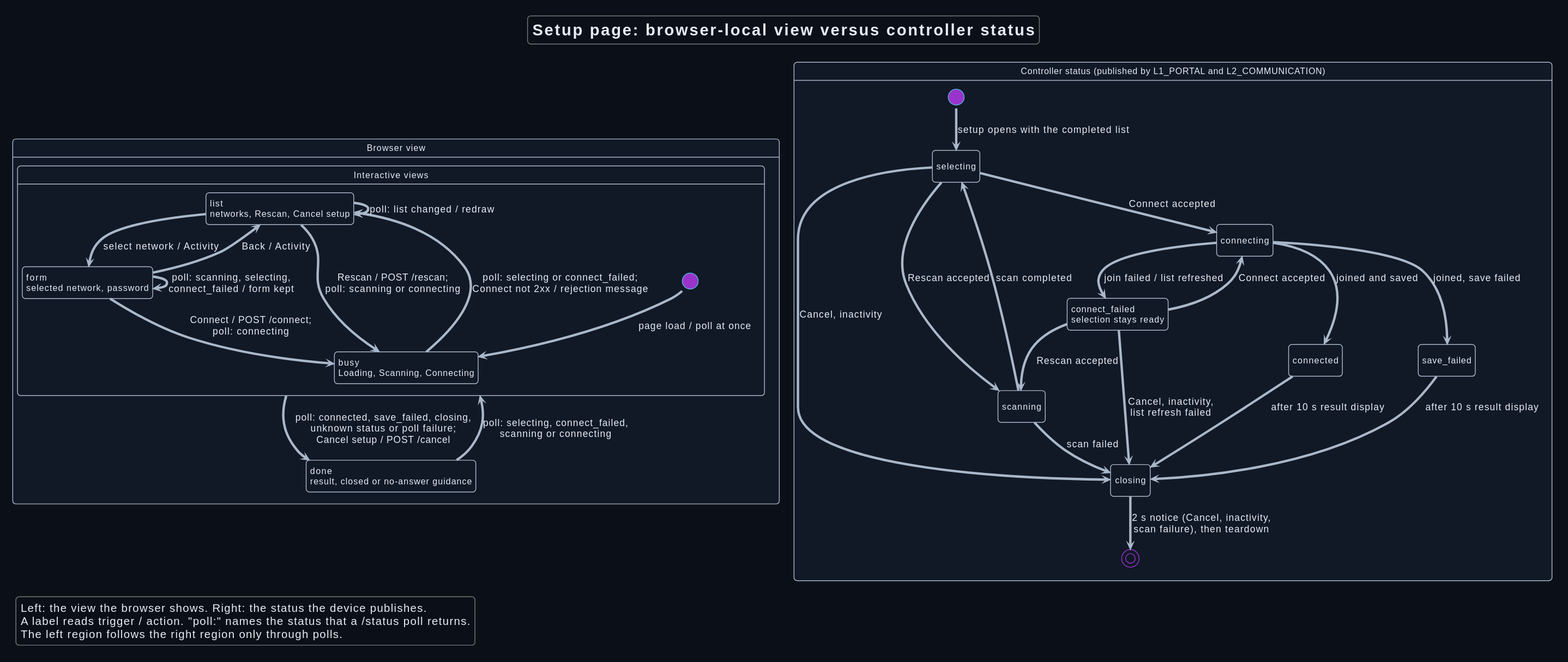
This is Development/system/design/PORTAL/rendered/page_state.svg from DemonicPsychoII/DigitalStethoscope, a PlantUML export, as it was before one commit.
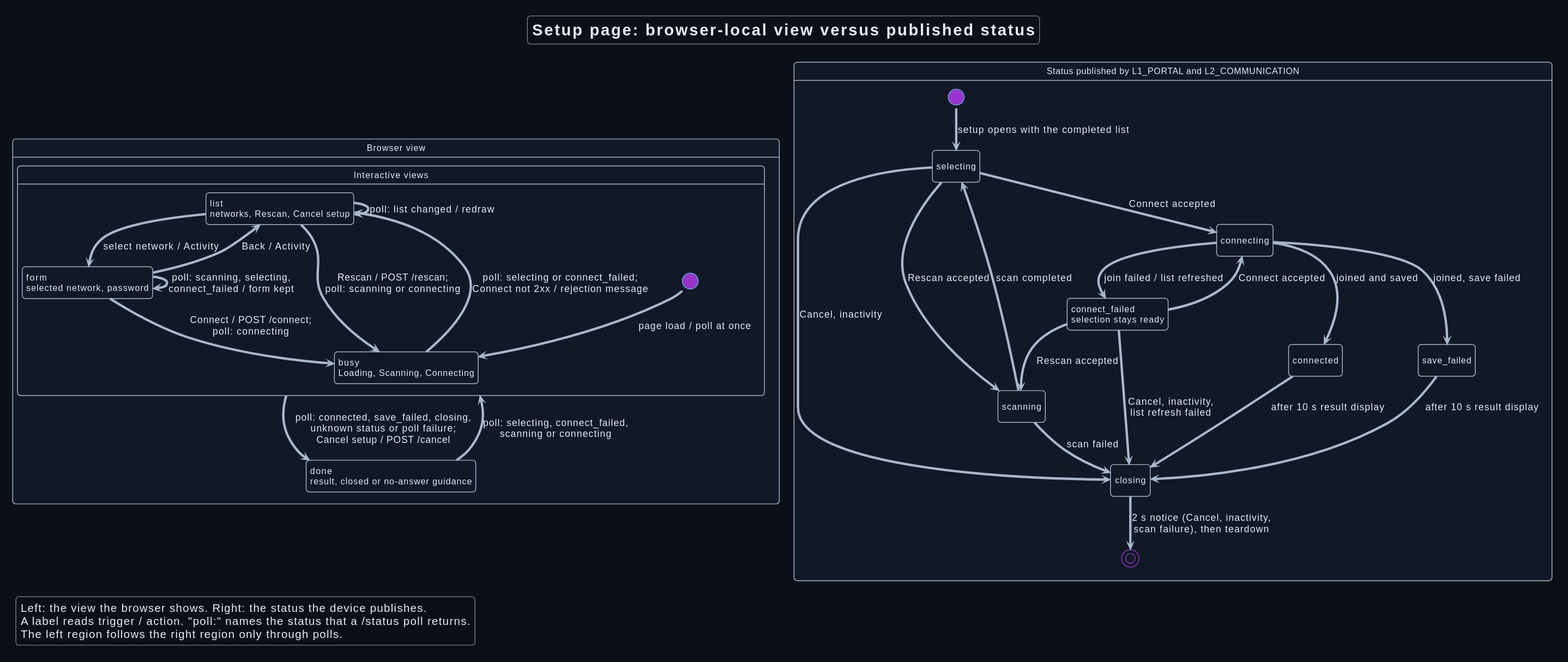
Above is the later version.

The edit, as a diff of the source:
```diff
@@ -10,7 +10,7 @@
  BackgroundColor #111826
  BorderColor #a9b8ca
 }
-title Setup page: browser-local view versus controller status
+title Setup page: browser-local view versus published status
 hide empty description
 
 state "Browser view" as Browser {
@@ -32,7 +32,7 @@
  Done --> Interactive : poll: selecting, connect_failed,\nscanning or connecting
 }
 
-state "Controller status (published by L1_PORTAL and L2_COMMUNICATION)" as Controller {
+state "Status published by L1_PORTAL and L2_COMMUNICATION" as Published {
  state "selecting" as Selecting
  state "scanning" as Scanning
  state "connecting" as Connecting
@@ -57,7 +57,7 @@
  Closing --> [*] : 2 s notice (Cancel, inactivity,\nscan failure), then teardown
 }
 
-Browser -[hidden]right-> Controller
+Browser -[hidden]right-> Published
 
 legend bottom left
  Left: the view the browser shows. Right: the status the device publishes.
```
